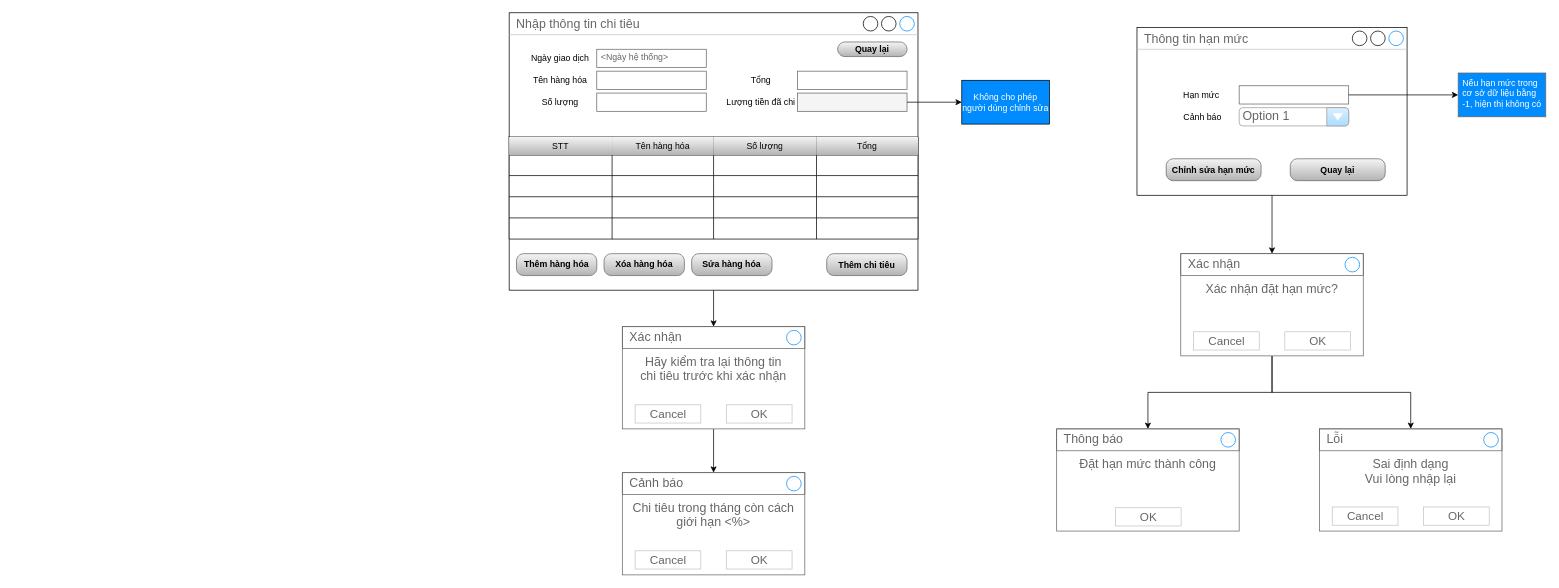
This is Diagrams/Screen diagram.drawio from AkallHuynh/IS216.L21.HTCL-Java, a draw.io file, before an edit. Source tidied: cells renumbered, new cells numbered last; positions are measured from the earlier drawing's top-left corner, leaving out a move shared by most shapes. Both pictures are drawn from the tidied source at 73%, with x=0, y=0 at pixel (509, 12).
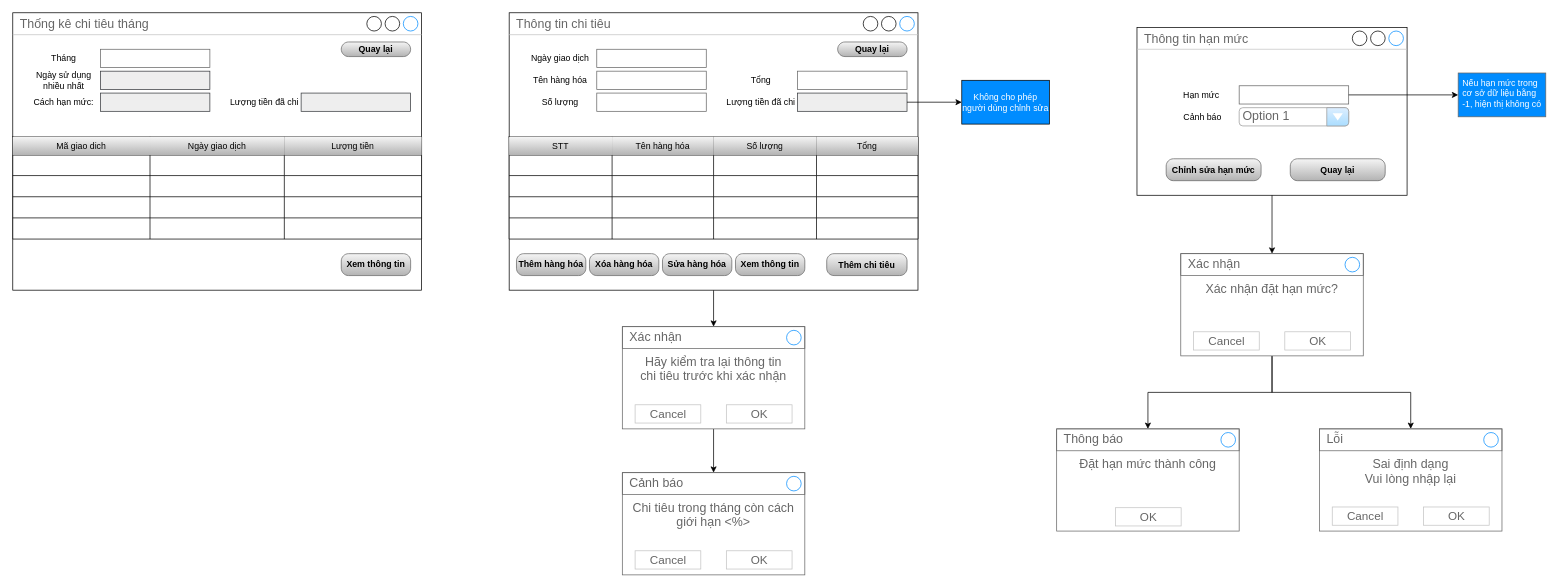
After the change.

Unchanged cells that the change refers to:
```xml
<mxCell id="10" style="group;" parent="1" vertex="1">
  <mxGeometry width="560" height="380" as="geometry" />
</mxCell>
```

What changed in the source:
```diff
@@
-    <mxCell id="11" value="Nhập thông tin chi tiêu" style="strokeWidth=1;shadow=0;dashed=0;align=center;html=1;shape=mxgraph.mockup.containers.window;align=left;verticalAlign=top;spacingLeft=8;strokeColor2=#008cff;strokeColor3=#c4c4c4;fontColor=#666666;mainText=;fontSize=17;labelBackgroundColor=none;" parent="10" vertex="1">
+    <mxCell id="11" value="Thông tin chi tiêu" style="strokeWidth=1;shadow=0;dashed=0;align=center;html=1;shape=mxgraph.mockup.containers.window;align=left;verticalAlign=top;spacingLeft=8;strokeColor2=#008cff;strokeColor3=#c4c4c4;fontColor=#666666;mainText=;fontSize=17;labelBackgroundColor=none;" parent="10" vertex="1">
       <mxGeometry width="560" height="380" as="geometry" />
     </mxCell>
@@
-    <mxCell id="13" value="&amp;lt;Ngày hệ thống&amp;gt;" style="strokeWidth=1;shadow=0;dashed=0;align=center;html=1;shape=mxgraph.mockup.text.textBox;fontColor=#666666;align=left;fontSize=12;spacingLeft=4;spacingTop=-3;strokeColor=#666666;mainText=;" parent="10" vertex="1">
+    <mxCell id="13" style="strokeWidth=1;shadow=0;dashed=0;align=center;html=1;shape=mxgraph.mockup.text.textBox;fontColor=#666666;align=left;fontSize=12;spacingLeft=4;spacingTop=-3;strokeColor=#666666;mainText=;" parent="10" vertex="1">
       <mxGeometry x="120" y="50" width="150" height="25" as="geometry" />
     </mxCell>
@@
-    <mxCell id="47" style="strokeWidth=1;shadow=0;dashed=0;align=center;html=1;shape=mxgraph.mockup.text.textBox;fontColor=#333333;align=left;fontSize=12;spacingLeft=4;spacingTop=-3;strokeColor=#666666;mainText=;fillColor=#f5f5f5;" parent="10" vertex="1">
+    <mxCell id="47" style="strokeWidth=1;shadow=0;dashed=0;align=center;html=1;shape=mxgraph.mockup.text.textBox;align=left;fontSize=12;spacingLeft=4;spacingTop=-3;strokeColor=#36393d;mainText=;fillColor=#eeeeee;" parent="10" vertex="1">
       <mxGeometry x="395" y="110" width="150" height="25" as="geometry" />
     </mxCell>
     <mxCell id="48" value="Thêm hàng hóa" style="strokeWidth=1;shadow=0;dashed=0;align=center;html=1;shape=mxgraph.mockup.buttons.button;strokeColor=#666666;mainText=;buttonStyle=round;fontSize=12;fontStyle=1;fillColor=#f5f5f5;whiteSpace=wrap;gradientColor=#b3b3b3;" parent="10" vertex="1">
-      <mxGeometry x="10" y="330" width="110" height="30" as="geometry" />
+      <mxGeometry x="10" y="330" width="95" height="30" as="geometry" />
     </mxCell>
     <mxCell id="49" value="Xóa hàng hóa" style="strokeWidth=1;shadow=0;dashed=0;align=center;html=1;shape=mxgraph.mockup.buttons.button;strokeColor=#666666;mainText=;buttonStyle=round;fontSize=12;fontStyle=1;fillColor=#f5f5f5;whiteSpace=wrap;gradientColor=#b3b3b3;" parent="10" vertex="1">
-      <mxGeometry x="130" y="330" width="110" height="30" as="geometry" />
+      <mxGeometry x="110" y="330" width="95" height="30" as="geometry" />
     </mxCell>
     <mxCell id="50" value="Sửa hàng hóa" style="strokeWidth=1;shadow=0;dashed=0;align=center;html=1;shape=mxgraph.mockup.buttons.button;strokeColor=#666666;mainText=;buttonStyle=round;fontSize=12;fontStyle=1;fillColor=#f5f5f5;whiteSpace=wrap;gradientColor=#b3b3b3;" parent="10" vertex="1">
-      <mxGeometry x="250" y="330" width="110" height="30" as="geometry" />
+      <mxGeometry x="210" y="330" width="95" height="30" as="geometry" />
     </mxCell>
@@
+    <mxCell id="86" value="Xem thông tin" style="strokeWidth=1;shadow=0;dashed=0;align=center;html=1;shape=mxgraph.mockup.buttons.button;strokeColor=#666666;mainText=;buttonStyle=round;fontSize=12;fontStyle=1;fillColor=#f5f5f5;whiteSpace=wrap;gradientColor=#b3b3b3;" parent="10" vertex="1">
+      <mxGeometry x="310" y="330" width="95" height="30" as="geometry" />
+    </mxCell>
@@
+    <mxCell id="87" style="group;" parent="1" vertex="1">
+      <mxGeometry x="-680" width="560" height="380" as="geometry" />
+    </mxCell>
+    <mxCell id="88" value="Thống kê chi tiêu tháng" style="strokeWidth=1;shadow=0;dashed=0;align=center;html=1;shape=mxgraph.mockup.containers.window;align=left;verticalAlign=top;spacingLeft=8;strokeColor2=#008cff;strokeColor3=#c4c4c4;fontColor=#666666;mainText=;fontSize=17;labelBackgroundColor=none;" parent="87" vertex="1">
+      <mxGeometry width="560" height="380" as="geometry" />
+    </mxCell>
+    <mxCell id="89" value="Tháng" style="text;html=1;strokeColor=none;fillColor=none;align=center;verticalAlign=middle;whiteSpace=wrap;rounded=0;" parent="87" vertex="1">
+      <mxGeometry x="20" y="50" width="100" height="25" as="geometry" />
+    </mxCell>
+    <mxCell id="90" style="strokeWidth=1;shadow=0;dashed=0;align=center;html=1;shape=mxgraph.mockup.text.textBox;fontColor=#666666;align=left;fontSize=12;spacingLeft=4;spacingTop=-3;strokeColor=#666666;mainText=;" parent="87" vertex="1">
+      <mxGeometry x="120" y="50" width="150" height="25" as="geometry" />
+    </mxCell>
+    <mxCell id="91" style="shape=table;html=1;whiteSpace=wrap;startSize=0;childLayout=tableLayout;" parent="87" vertex="1">
+      <mxGeometry y="170" width="560" height="140" as="geometry" />
+    </mxCell>
+    <mxCell id="92" style="shape=partialRectangle;html=1;whiteSpace=wrap;fillColor=none;top=0;left=0;bottom=0;right=0;" parent="91" vertex="1">
+      <mxGeometry width="560" height="25" as="geometry" />
+    </mxCell>
+    <mxCell id="93" value="Mã giao dich" style="shape=partialRectangle;html=1;whiteSpace=wrap;overflow=hidden;fillColor=#f5f5f5;top=0;left=0;bottom=0;right=0;strokeColor=#666666;gradientDirection=south;gradientColor=#b3b3b3;" parent="92" vertex="1">
+      <mxGeometry width="188" height="25" as="geometry" />
+    </mxCell>
+    <mxCell id="94" value="Ngày giao dịch" style="shape=partialRectangle;html=1;whiteSpace=wrap;overflow=hidden;fillColor=#f5f5f5;top=0;left=0;bottom=0;right=0;strokeColor=#666666;gradientDirection=south;gradientColor=#b3b3b3;" parent="92" vertex="1">
+      <mxGeometry x="188" width="184" height="25" as="geometry" />
+    </mxCell>
+    <mxCell id="95" value="Lượng tiền" style="shape=partialRectangle;html=1;whiteSpace=wrap;overflow=hidden;fillColor=#f5f5f5;top=0;left=0;bottom=0;right=0;strokeColor=#666666;gradientDirection=south;gradientColor=#b3b3b3;" parent="92" vertex="1">
+      <mxGeometry x="372" width="188" height="25" as="geometry" />
+    </mxCell>
+    <mxCell id="96" style="shape=partialRectangle;html=1;whiteSpace=wrap;fillColor=none;top=0;left=0;bottom=0;right=0;" parent="91" vertex="1">
+      <mxGeometry y="25" width="560" height="28" as="geometry" />
+    </mxCell>
+    <mxCell id="97" style="shape=partialRectangle;html=1;whiteSpace=wrap;overflow=hidden;fillColor=none;top=0;left=0;bottom=0;right=0;" parent="96" vertex="1">
+      <mxGeometry width="188" height="28" as="geometry" />
+    </mxCell>
+    <mxCell id="98" style="shape=partialRectangle;html=1;whiteSpace=wrap;overflow=hidden;fillColor=none;top=0;left=0;bottom=0;right=0;" parent="96" vertex="1">
+      <mxGeometry x="188" width="184" height="28" as="geometry" />
+    </mxCell>
+    <mxCell id="99" style="shape=partialRectangle;html=1;whiteSpace=wrap;overflow=hidden;fillColor=none;top=0;left=0;bottom=0;right=0;" parent="96" vertex="1">
+      <mxGeometry x="372" width="188" height="28" as="geometry" />
+    </mxCell>
+    <mxCell id="100" style="shape=partialRectangle;html=1;whiteSpace=wrap;fillColor=none;top=0;left=0;bottom=0;right=0;" parent="91" vertex="1">
+      <mxGeometry y="53" width="560" height="29" as="geometry" />
+    </mxCell>
+    <mxCell id="101" style="shape=partialRectangle;html=1;whiteSpace=wrap;overflow=hidden;fillColor=none;top=0;left=0;bottom=0;right=0;" parent="100" vertex="1">
+      <mxGeometry width="188" height="29" as="geometry" />
+    </mxCell>
+    <mxCell id="102" style="shape=partialRectangle;html=1;whiteSpace=wrap;overflow=hidden;fillColor=none;top=0;left=0;bottom=0;right=0;" parent="100" vertex="1">
+      <mxGeometry x="188" width="184" height="29" as="geometry" />
+    </mxCell>
+    <mxCell id="103" style="shape=partialRectangle;html=1;whiteSpace=wrap;overflow=hidden;fillColor=none;top=0;left=0;bottom=0;right=0;" parent="100" vertex="1">
+      <mxGeometry x="372" width="188" height="29" as="geometry" />
+    </mxCell>
+    <mxCell id="104" style="shape=partialRectangle;html=1;whiteSpace=wrap;fillColor=none;top=0;left=0;bottom=0;right=0;" parent="91" vertex="1">
+      <mxGeometry y="82" width="560" height="29" as="geometry" />
+    </mxCell>
+    <mxCell id="105" style="shape=partialRectangle;html=1;whiteSpace=wrap;overflow=hidden;fillColor=none;top=0;left=0;bottom=0;right=0;" parent="104" vertex="1">
+      <mxGeometry width="188" height="29" as="geometry" />
+    </mxCell>
+    <mxCell id="106" style="shape=partialRectangle;html=1;whiteSpace=wrap;overflow=hidden;fillColor=none;top=0;left=0;bottom=0;right=0;" parent="104" vertex="1">
+      <mxGeometry x="188" width="184" height="29" as="geometry" />
+    </mxCell>
+    <mxCell id="107" style="shape=partialRectangle;html=1;whiteSpace=wrap;overflow=hidden;fillColor=none;top=0;left=0;bottom=0;right=0;" parent="104" vertex="1">
+      <mxGeometry x="372" width="188" height="29" as="geometry" />
+    </mxCell>
+    <mxCell id="108" style="shape=partialRectangle;html=1;whiteSpace=wrap;fillColor=none;top=0;left=0;bottom=0;right=0;" parent="91" vertex="1">
+      <mxGeometry y="111" width="560" height="29" as="geometry" />
+    </mxCell>
+    <mxCell id="109" style="shape=partialRectangle;html=1;whiteSpace=wrap;overflow=hidden;fillColor=none;top=0;left=0;bottom=0;right=0;" parent="108" vertex="1">
+      <mxGeometry width="188" height="29" as="geometry" />
+    </mxCell>
+    <mxCell id="110" style="shape=partialRectangle;html=1;whiteSpace=wrap;overflow=hidden;fillColor=none;top=0;left=0;bottom=0;right=0;" parent="108" vertex="1">
+      <mxGeometry x="188" width="184" height="29" as="geometry" />
+    </mxCell>
+    <mxCell id="111" style="shape=partialRectangle;html=1;whiteSpace=wrap;overflow=hidden;fillColor=none;top=0;left=0;bottom=0;right=0;" parent="108" vertex="1">
+      <mxGeometry x="372" width="188" height="29" as="geometry" />
+    </mxCell>
+    <mxCell id="112" value="Ngày sử dụng nhiều nhất" style="text;html=1;strokeColor=none;fillColor=none;align=center;verticalAlign=middle;whiteSpace=wrap;rounded=0;" parent="87" vertex="1">
+      <mxGeometry x="20" y="80" width="100" height="25" as="geometry" />
+    </mxCell>
+    <mxCell id="113" style="strokeWidth=1;shadow=0;dashed=0;align=center;html=1;shape=mxgraph.mockup.text.textBox;align=left;fontSize=12;spacingLeft=4;spacingTop=-3;strokeColor=#36393d;mainText=;fillColor=#eeeeee;" parent="87" vertex="1">
+      <mxGeometry x="120" y="80" width="150" height="25" as="geometry" />
+    </mxCell>
+    <mxCell id="114" value="Cách hạn mức:" style="text;html=1;strokeColor=none;fillColor=none;align=center;verticalAlign=middle;whiteSpace=wrap;rounded=0;" parent="87" vertex="1">
+      <mxGeometry x="20" y="110" width="100" height="25" as="geometry" />
+    </mxCell>
+    <mxCell id="115" style="strokeWidth=1;shadow=0;dashed=0;align=center;html=1;shape=mxgraph.mockup.text.textBox;align=left;fontSize=12;spacingLeft=4;spacingTop=-3;strokeColor=#36393d;mainText=;fillColor=#eeeeee;" parent="87" vertex="1">
+      <mxGeometry x="120" y="110" width="150" height="25" as="geometry" />
+    </mxCell>
+    <mxCell id="116" value="Lượng tiền đã chi" style="text;html=1;strokeColor=none;fillColor=none;align=center;verticalAlign=middle;whiteSpace=wrap;rounded=0;" parent="87" vertex="1">
+      <mxGeometry x="295" y="110" width="100" height="25" as="geometry" />
+    </mxCell>
+    <mxCell id="117" style="strokeWidth=1;shadow=0;dashed=0;align=center;html=1;shape=mxgraph.mockup.text.textBox;align=left;fontSize=12;spacingLeft=4;spacingTop=-3;strokeColor=#36393d;mainText=;fillColor=#eeeeee;" parent="87" vertex="1">
+      <mxGeometry x="395" y="110" width="150" height="25" as="geometry" />
+    </mxCell>
+    <mxCell id="118" value="Quay lại" style="strokeWidth=1;shadow=0;dashed=0;align=center;html=1;shape=mxgraph.mockup.buttons.button;strokeColor=#666666;mainText=;buttonStyle=round;fontSize=12;fontStyle=1;fillColor=#f5f5f5;whiteSpace=wrap;gradientColor=#b3b3b3;" parent="87" vertex="1">
+      <mxGeometry x="450" y="40" width="95" height="20" as="geometry" />
+    </mxCell>
+    <mxCell id="119" value="Xem thông tin" style="strokeWidth=1;shadow=0;dashed=0;align=center;html=1;shape=mxgraph.mockup.buttons.button;strokeColor=#666666;mainText=;buttonStyle=round;fontSize=12;fontStyle=1;fillColor=#f5f5f5;whiteSpace=wrap;gradientColor=#b3b3b3;" parent="87" vertex="1">
+      <mxGeometry x="450" y="330" width="95" height="30" as="geometry" />
+    </mxCell>
```
